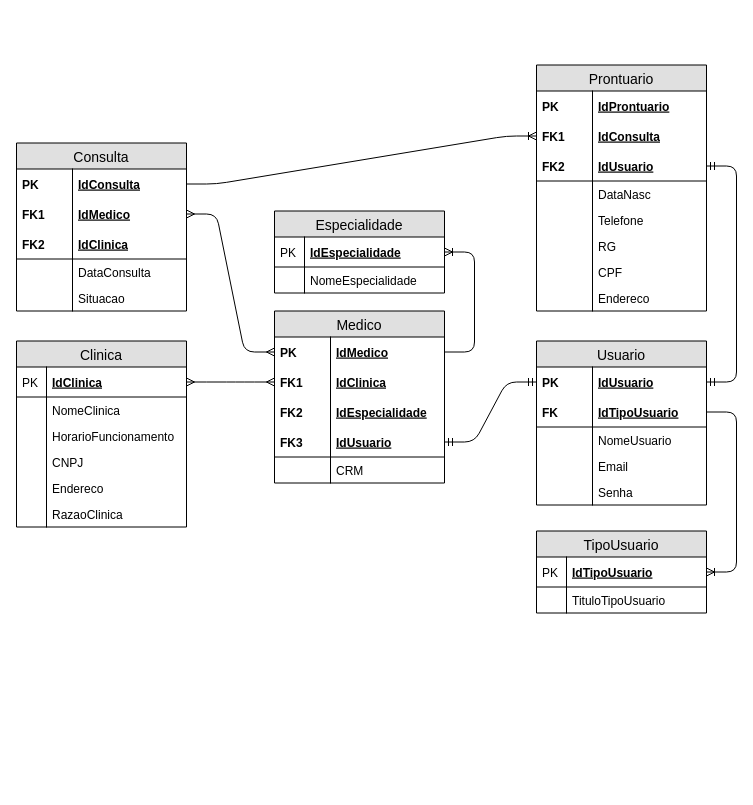
This is Modelagem/SpMedGroup - Modelo Lógico.drawio from MattSouuza/Projeto-SpMedGroup, a draw.io file, before an edit. Source tidied: cells renumbered, new cells numbered last; positions are measured from the earlier drawing's top-left corner, leaving out a move shared by most shapes. Both pictures are drawn from the tidied source at 100%, with x=0, y=0 at pixel (16, 64).
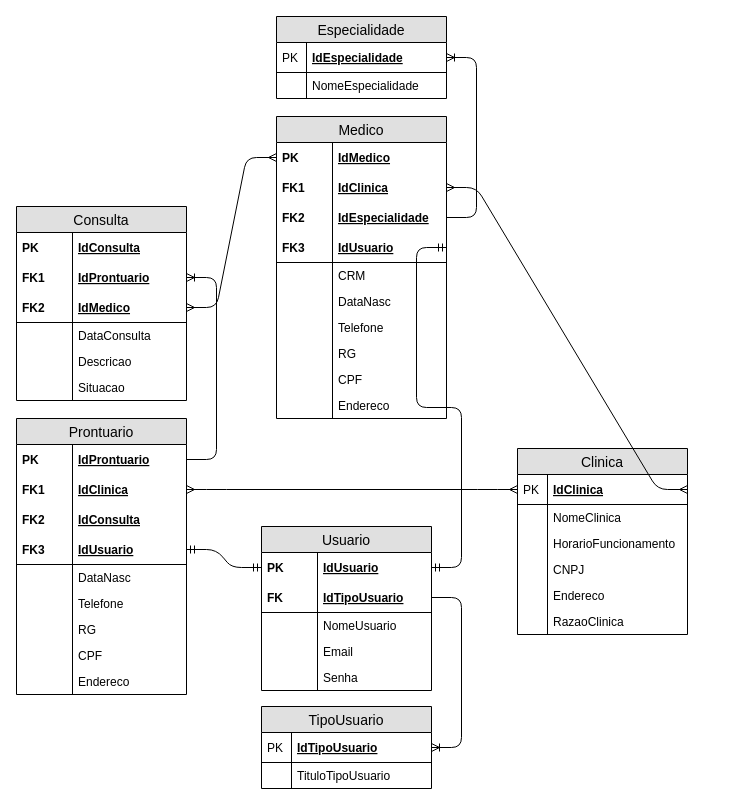
The same diagram, later.

The change refers to these unchanged cells:
```xml
<mxCell id="3" value="IdClinica" style="shape=partialRectangle;top=0;left=0;right=0;bottom=1;align=left;verticalAlign=middle;fillColor=none;spacingLeft=34;spacingRight=4;overflow=hidden;points=[[0,0.5],[1,0.5]];portConstraint=eastwest;fontStyle=5;fontSize=12;" parent="2" vertex="1">
  <mxGeometry y="26" width="170" height="30" as="geometry" />
</mxCell>
<mxCell id="32" value="IdProntuario" style="shape=partialRectangle;top=0;left=0;right=0;bottom=0;align=left;verticalAlign=middle;fillColor=none;spacingLeft=60;spacingRight=4;overflow=hidden;points=[[0,0.5],[1,0.5]];portConstraint=eastwest;fontStyle=5;fontSize=12;" parent="31" vertex="1">
  <mxGeometry y="26" width="170" height="30" as="geometry" />
</mxCell>
<mxCell id="49" value="IdMedico" style="shape=partialRectangle;top=0;left=0;right=0;bottom=0;align=left;verticalAlign=middle;fillColor=none;spacingLeft=60;spacingRight=4;overflow=hidden;points=[[0,0.5],[1,0.5]];portConstraint=eastwest;fontStyle=5;fontSize=12;" parent="48" vertex="1">
  <mxGeometry y="26" width="170" height="30" as="geometry" />
</mxCell>
<mxCell id="53" value="IdEspecialidade" style="shape=partialRectangle;top=0;left=0;right=0;bottom=0;align=left;verticalAlign=middle;fillColor=none;spacingLeft=60;spacingRight=4;overflow=hidden;points=[[0,0.5],[1,0.5]];portConstraint=eastwest;fontStyle=5;fontSize=12;" parent="48" vertex="1">
  <mxGeometry y="86" width="170" height="30" as="geometry" />
</mxCell>
<mxCell id="60" value="IdEspecialidade" style="shape=partialRectangle;top=0;left=0;right=0;bottom=1;align=left;verticalAlign=middle;fillColor=none;spacingLeft=34;spacingRight=4;overflow=hidden;points=[[0,0.5],[1,0.5]];portConstraint=eastwest;fontStyle=5;fontSize=12;" parent="59" vertex="1">
  <mxGeometry y="26" width="170" height="30" as="geometry" />
</mxCell>
<mxCell id="65" value="IdConsulta" style="shape=partialRectangle;top=0;left=0;right=0;bottom=0;align=left;verticalAlign=middle;fillColor=none;spacingLeft=60;spacingRight=4;overflow=hidden;points=[[0,0.5],[1,0.5]];portConstraint=eastwest;fontStyle=5;fontSize=12;" parent="64" vertex="1">
  <mxGeometry y="26" width="170" height="30" as="geometry" />
</mxCell>
```

Change to the diagram source:
```diff
@@
     <mxCell id="2" value="Clinica" style="swimlane;fontStyle=0;horizontal=1;startSize=26;fillColor=#e0e0e0;swimlaneFillColor=#ffffff;align=center;fontSize=14;" parent="1" vertex="1">
-      <mxGeometry y="276.5" width="170" height="186" as="geometry" />
+      <mxGeometry x="501" y="384" width="170" height="186" as="geometry" />
     </mxCell>
@@
     <mxCell id="15" value="TipoUsuario" style="swimlane;fontStyle=0;horizontal=1;startSize=26;fillColor=#e0e0e0;swimlaneFillColor=#ffffff;align=center;fontSize=14;" parent="1" vertex="1">
-      <mxGeometry x="520" y="466.5" width="170" height="82" as="geometry" />
+      <mxGeometry x="245" y="642" width="170" height="82" as="geometry" />
     </mxCell>
@@
     <mxCell id="20" value="Usuario" style="swimlane;fontStyle=0;horizontal=1;startSize=26;fillColor=#e0e0e0;swimlaneFillColor=#ffffff;align=center;fontSize=14;" parent="1" vertex="1">
-      <mxGeometry x="520" y="276.5" width="170" height="164" as="geometry" />
+      <mxGeometry x="245" y="462" width="170" height="164" as="geometry" />
     </mxCell>
@@
     <mxCell id="31" value="Prontuario" style="swimlane;fontStyle=0;horizontal=1;startSize=26;fillColor=#e0e0e0;swimlaneFillColor=#ffffff;align=center;fontSize=14;" parent="1" vertex="1">
-      <mxGeometry x="520" y="0.5" width="170" height="246" as="geometry" />
+      <mxGeometry y="354" width="170" height="276" as="geometry" />
     </mxCell>
@@
+    <mxCell id="82" value="IdClinica" style="shape=partialRectangle;top=0;left=0;right=0;bottom=0;align=left;verticalAlign=middle;fillColor=none;spacingLeft=60;spacingRight=4;overflow=hidden;points=[[0,0.5],[1,0.5]];portConstraint=eastwest;fontStyle=5;fontSize=12;" parent="31" vertex="1">
+      <mxGeometry y="56" width="170" height="30" as="geometry" />
+    </mxCell>
+    <mxCell id="83" value="FK1" style="shape=partialRectangle;fontStyle=1;top=0;left=0;bottom=0;fillColor=none;align=left;verticalAlign=middle;spacingLeft=4;spacingRight=4;overflow=hidden;fontSize=12;" parent="82" vertex="1">
+      <mxGeometry width="56" height="30" as="geometry" />
+    </mxCell>
     <mxCell id="34" value="IdConsulta" style="shape=partialRectangle;top=0;left=0;right=0;bottom=0;align=left;verticalAlign=middle;fillColor=none;spacingLeft=60;spacingRight=4;overflow=hidden;points=[[0,0.5],[1,0.5]];portConstraint=eastwest;fontStyle=5;fontSize=12;" parent="31" vertex="1">
-      <mxGeometry y="56" width="170" height="30" as="geometry" />
+      <mxGeometry y="86" width="170" height="30" as="geometry" />
     </mxCell>
-    <mxCell id="35" value="FK1" style="shape=partialRectangle;fontStyle=1;top=0;left=0;bottom=0;fillColor=none;align=left;verticalAlign=middle;spacingLeft=4;spacingRight=4;overflow=hidden;fontSize=12;" parent="34" vertex="1">
-      <mxGeometry width="56" height="30" as="geometry" />
-    </mxCell>
+    <mxCell id="84" value="FK2" style="shape=partialRectangle;fontStyle=1;top=0;left=0;bottom=0;fillColor=none;align=left;verticalAlign=middle;spacingLeft=4;spacingRight=4;overflow=hidden;fontSize=12;" parent="34" vertex="1">
+      <mxGeometry width="56" height="30" as="geometry" />
+    </mxCell>
     <mxCell id="36" value="IdUsuario" style="shape=partialRectangle;top=0;left=0;right=0;bottom=1;align=left;verticalAlign=middle;fillColor=none;spacingLeft=60;spacingRight=4;overflow=hidden;points=[[0,0.5],[1,0.5]];portConstraint=eastwest;fontStyle=5;fontSize=12;" parent="31" vertex="1">
-      <mxGeometry y="86" width="170" height="30" as="geometry" />
+      <mxGeometry y="116" width="170" height="30" as="geometry" />
     </mxCell>
-    <mxCell id="37" value="FK2" style="shape=partialRectangle;fontStyle=1;top=0;left=0;bottom=0;fillColor=none;align=left;verticalAlign=middle;spacingLeft=4;spacingRight=4;overflow=hidden;fontSize=12;" parent="36" vertex="1">
+    <mxCell id="37" value="FK3" style="shape=partialRectangle;fontStyle=1;top=0;left=0;bottom=0;fillColor=none;align=left;verticalAlign=middle;spacingLeft=4;spacingRight=4;overflow=hidden;fontSize=12;" parent="36" vertex="1">
       <mxGeometry width="56" height="30" as="geometry" />
     </mxCell>
     <mxCell id="38" value="DataNasc" style="shape=partialRectangle;top=0;left=0;right=0;bottom=0;align=left;verticalAlign=top;fillColor=none;spacingLeft=60;spacingRight=4;overflow=hidden;fontSize=12;" parent="31" vertex="1">
-      <mxGeometry y="116" width="170" height="26" as="geometry" />
+      <mxGeometry y="146" width="170" height="26" as="geometry" />
     </mxCell>
@@
     <mxCell id="40" value="Telefone" style="shape=partialRectangle;top=0;left=0;right=0;bottom=0;align=left;verticalAlign=top;fillColor=none;spacingLeft=60;spacingRight=4;overflow=hidden;fontSize=12;" parent="31" vertex="1">
-      <mxGeometry y="142" width="170" height="26" as="geometry" />
+      <mxGeometry y="172" width="170" height="26" as="geometry" />
     </mxCell>
@@
     <mxCell id="42" value="RG" style="shape=partialRectangle;top=0;left=0;right=0;bottom=0;align=left;verticalAlign=top;fillColor=none;spacingLeft=60;spacingRight=4;overflow=hidden;fontSize=12;" parent="31" vertex="1">
-      <mxGeometry y="168" width="170" height="26" as="geometry" />
+      <mxGeometry y="198" width="170" height="26" as="geometry" />
     </mxCell>
@@
     <mxCell id="44" value="CPF" style="shape=partialRectangle;top=0;left=0;right=0;bottom=0;align=left;verticalAlign=top;fillColor=none;spacingLeft=60;spacingRight=4;overflow=hidden;fontSize=12;" parent="31" vertex="1">
-      <mxGeometry y="194" width="170" height="26" as="geometry" />
+      <mxGeometry y="224" width="170" height="26" as="geometry" />
     </mxCell>
@@
     <mxCell id="46" value="Endereco" style="shape=partialRectangle;top=0;left=0;right=0;bottom=0;align=left;verticalAlign=top;fillColor=none;spacingLeft=60;spacingRight=4;overflow=hidden;fontSize=12;" parent="31" vertex="1">
-      <mxGeometry y="220" width="170" height="26" as="geometry" />
+      <mxGeometry y="250" width="170" height="26" as="geometry" />
     </mxCell>
@@
     <mxCell id="48" value="Medico" style="swimlane;fontStyle=0;horizontal=1;startSize=26;fillColor=#e0e0e0;swimlaneFillColor=#ffffff;align=center;fontSize=14;" parent="1" vertex="1">
-      <mxGeometry x="258" y="246.5" width="170" height="172" as="geometry" />
+      <mxGeometry x="260" y="52" width="170" height="302" as="geometry" />
     </mxCell>
@@
+    <mxCell id="85" value="DataNasc" style="shape=partialRectangle;top=0;left=0;right=0;bottom=0;align=left;verticalAlign=top;fillColor=none;spacingLeft=60;spacingRight=4;overflow=hidden;fontSize=12;" parent="48" vertex="1">
+      <mxGeometry y="172" width="170" height="26" as="geometry" />
+    </mxCell>
+    <mxCell id="86" style="shape=partialRectangle;top=0;left=0;bottom=0;fillColor=none;align=left;verticalAlign=top;spacingLeft=4;spacingRight=4;overflow=hidden;fontSize=12;" parent="85" vertex="1">
+      <mxGeometry width="56" height="26" as="geometry" />
+    </mxCell>
+    <mxCell id="87" value="Telefone" style="shape=partialRectangle;top=0;left=0;right=0;bottom=0;align=left;verticalAlign=top;fillColor=none;spacingLeft=60;spacingRight=4;overflow=hidden;fontSize=12;" parent="48" vertex="1">
+      <mxGeometry y="198" width="170" height="26" as="geometry" />
+    </mxCell>
+    <mxCell id="88" style="shape=partialRectangle;top=0;left=0;bottom=0;fillColor=none;align=left;verticalAlign=top;spacingLeft=4;spacingRight=4;overflow=hidden;fontSize=12;" parent="87" vertex="1">
+      <mxGeometry width="56" height="26" as="geometry" />
+    </mxCell>
+    <mxCell id="89" value="RG" style="shape=partialRectangle;top=0;left=0;right=0;bottom=0;align=left;verticalAlign=top;fillColor=none;spacingLeft=60;spacingRight=4;overflow=hidden;fontSize=12;" parent="48" vertex="1">
+      <mxGeometry y="224" width="170" height="26" as="geometry" />
+    </mxCell>
+    <mxCell id="90" style="shape=partialRectangle;top=0;left=0;bottom=0;fillColor=none;align=left;verticalAlign=top;spacingLeft=4;spacingRight=4;overflow=hidden;fontSize=12;" parent="89" vertex="1">
+      <mxGeometry width="56" height="26" as="geometry" />
+    </mxCell>
+    <mxCell id="91" value="CPF" style="shape=partialRectangle;top=0;left=0;right=0;bottom=0;align=left;verticalAlign=top;fillColor=none;spacingLeft=60;spacingRight=4;overflow=hidden;fontSize=12;" parent="48" vertex="1">
+      <mxGeometry y="250" width="170" height="26" as="geometry" />
+    </mxCell>
+    <mxCell id="92" style="shape=partialRectangle;top=0;left=0;bottom=0;fillColor=none;align=left;verticalAlign=top;spacingLeft=4;spacingRight=4;overflow=hidden;fontSize=12;" parent="91" vertex="1">
+      <mxGeometry width="56" height="26" as="geometry" />
+    </mxCell>
+    <mxCell id="93" value="Endereco" style="shape=partialRectangle;top=0;left=0;right=0;bottom=0;align=left;verticalAlign=top;fillColor=none;spacingLeft=60;spacingRight=4;overflow=hidden;fontSize=12;" parent="48" vertex="1">
+      <mxGeometry y="276" width="170" height="26" as="geometry" />
+    </mxCell>
+    <mxCell id="94" style="shape=partialRectangle;top=0;left=0;bottom=0;fillColor=none;align=left;verticalAlign=top;spacingLeft=4;spacingRight=4;overflow=hidden;fontSize=12;" parent="93" vertex="1">
+      <mxGeometry width="56" height="26" as="geometry" />
+    </mxCell>
     <mxCell id="59" value="Especialidade" style="swimlane;fontStyle=0;horizontal=1;startSize=26;fillColor=#e0e0e0;swimlaneFillColor=#ffffff;align=center;fontSize=14;" parent="1" vertex="1">
-      <mxGeometry x="258" y="146.5" width="170" height="82" as="geometry" />
+      <mxGeometry x="260" y="-48" width="170" height="82" as="geometry" />
     </mxCell>
@@
     <mxCell id="64" value="Consulta" style="swimlane;fontStyle=0;horizontal=1;startSize=26;fillColor=#e0e0e0;swimlaneFillColor=#ffffff;align=center;fontSize=14;" parent="1" vertex="1">
-      <mxGeometry y="78.5" width="170" height="168" as="geometry" />
+      <mxGeometry y="142" width="170" height="194" as="geometry" />
     </mxCell>
@@
-    <mxCell id="67" value="IdMedico" style="shape=partialRectangle;top=0;left=0;right=0;bottom=0;align=left;verticalAlign=middle;fillColor=none;spacingLeft=60;spacingRight=4;overflow=hidden;points=[[0,0.5],[1,0.5]];portConstraint=eastwest;fontStyle=5;fontSize=12;" parent="64" vertex="1">
-      <mxGeometry y="56" width="170" height="30" as="geometry" />
-    </mxCell>
-    <mxCell id="68" value="FK1" style="shape=partialRectangle;fontStyle=1;top=0;left=0;bottom=0;fillColor=none;align=left;verticalAlign=middle;spacingLeft=4;spacingRight=4;overflow=hidden;fontSize=12;" parent="67" vertex="1">
-      <mxGeometry width="56" height="30" as="geometry" />
-    </mxCell>
+    <mxCell id="95" value="IdProntuario" style="shape=partialRectangle;top=0;left=0;right=0;bottom=0;align=left;verticalAlign=middle;fillColor=none;spacingLeft=60;spacingRight=4;overflow=hidden;points=[[0,0.5],[1,0.5]];portConstraint=eastwest;fontStyle=5;fontSize=12;" parent="64" vertex="1">
+      <mxGeometry y="56" width="170" height="30" as="geometry" />
+    </mxCell>
+    <mxCell id="96" value="FK1" style="shape=partialRectangle;fontStyle=1;top=0;left=0;bottom=0;fillColor=none;align=left;verticalAlign=middle;spacingLeft=4;spacingRight=4;overflow=hidden;fontSize=12;" parent="95" vertex="1">
+      <mxGeometry width="56" height="30" as="geometry" />
+    </mxCell>
-    <mxCell id="69" value="IdClinica" style="shape=partialRectangle;top=0;left=0;right=0;bottom=1;align=left;verticalAlign=middle;fillColor=none;spacingLeft=60;spacingRight=4;overflow=hidden;points=[[0,0.5],[1,0.5]];portConstraint=eastwest;fontStyle=5;fontSize=12;" parent="64" vertex="1">
+    <mxCell id="69" value="IdMedico" style="shape=partialRectangle;top=0;left=0;right=0;bottom=1;align=left;verticalAlign=middle;fillColor=none;spacingLeft=60;spacingRight=4;overflow=hidden;points=[[0,0.5],[1,0.5]];portConstraint=eastwest;fontStyle=5;fontSize=12;" parent="64" vertex="1">
       <mxGeometry y="86" width="170" height="30" as="geometry" />
     </mxCell>
@@
+    <mxCell id="97" value="Descricao" style="shape=partialRectangle;top=0;left=0;right=0;bottom=0;align=left;verticalAlign=top;fillColor=none;spacingLeft=60;spacingRight=4;overflow=hidden;fontSize=12;" parent="64" vertex="1">
+      <mxGeometry y="142" width="170" height="26" as="geometry" />
+    </mxCell>
+    <mxCell id="98" style="shape=partialRectangle;top=0;left=0;bottom=0;fillColor=none;align=left;verticalAlign=top;spacingLeft=4;spacingRight=4;overflow=hidden;fontSize=12;" parent="97" vertex="1">
+      <mxGeometry width="56" height="26" as="geometry" />
+    </mxCell>
     <mxCell id="73" value="Situacao" style="shape=partialRectangle;top=0;left=0;right=0;bottom=0;align=left;verticalAlign=top;fillColor=none;spacingLeft=60;spacingRight=4;overflow=hidden;fontSize=12;" parent="64" vertex="1">
-      <mxGeometry y="142" width="170" height="26" as="geometry" />
+      <mxGeometry y="168" width="170" height="26" as="geometry" />
     </mxCell>
@@
-    <mxCell id="77" style="edgeStyle=entityRelationEdgeStyle;fontSize=12;html=1;endArrow=ERmany;startArrow=ERmany;exitX=1;exitY=0.5;exitDx=0;exitDy=0;entryX=0;entryY=0.5;entryDx=0;entryDy=0;" parent="1" edge="1" source="67" target="49">
+    <mxCell id="77" style="edgeStyle=entityRelationEdgeStyle;fontSize=12;html=1;endArrow=ERmany;startArrow=ERmany;exitX=1;exitY=0.5;exitDx=0;exitDy=0;entryX=0;entryY=0.5;entryDx=0;entryDy=0;" parent="1" edge="1" source="69" target="49">
       <mxGeometry relative="1" as="geometry" />
     </mxCell>
-    <mxCell id="78" style="edgeStyle=entityRelationEdgeStyle;fontSize=12;html=1;endArrow=ERoneToMany;exitX=1;exitY=0.5;exitDx=0;exitDy=0;entryX=0;entryY=0.5;entryDx=0;entryDy=0;" parent="1" edge="1" source="65" target="34">
+    <mxCell id="78" style="edgeStyle=entityRelationEdgeStyle;fontSize=12;html=1;endArrow=ERoneToMany;" parent="1" edge="1" source="32" target="95">
       <mxGeometry relative="1" as="geometry" />
     </mxCell>
-    <mxCell id="79" style="edgeStyle=entityRelationEdgeStyle;fontSize=12;html=1;endArrow=ERoneToMany;" parent="1" edge="1" source="49" target="60">
+    <mxCell id="79" style="edgeStyle=entityRelationEdgeStyle;fontSize=12;html=1;endArrow=ERoneToMany;exitX=1;exitY=0.5;exitDx=0;exitDy=0;" parent="1" edge="1" source="53" target="60">
       <mxGeometry relative="1" as="geometry" />
     </mxCell>
@@
+    <mxCell id="99" style="edgeStyle=entityRelationEdgeStyle;fontSize=12;html=1;endArrow=ERmany;startArrow=ERmany;" parent="1" edge="1" source="3" target="82">
+      <mxGeometry relative="1" as="geometry" />
+    </mxCell>
```
